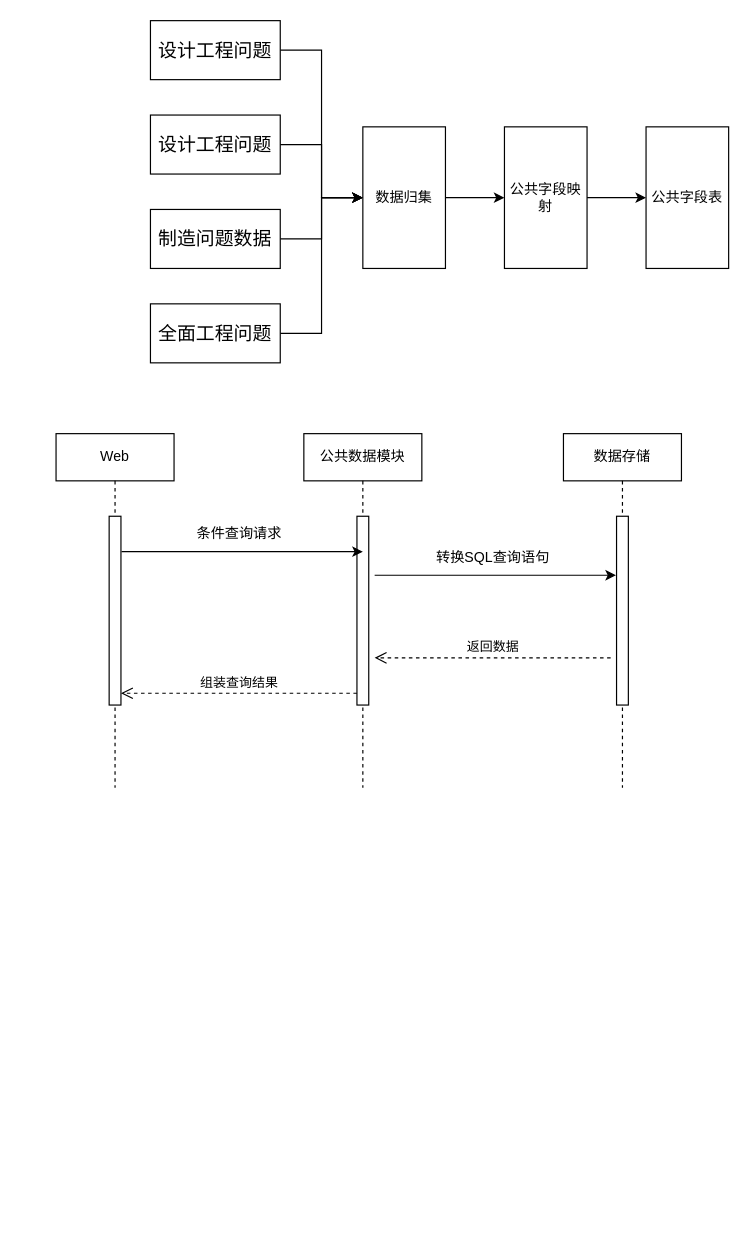
This is 数据检索与维修数据服/全量数据展示.drawio from DemonHan/KuickBuy, a draw.io file, before an edit. Source tidied: cells renumbered, new cells numbered last; positions are measured from the earlier drawing's top-left corner, leaving out a move shared by most shapes. Both pictures are drawn from the tidied source at 118%, with x=0, y=0 at pixel (55, 20).
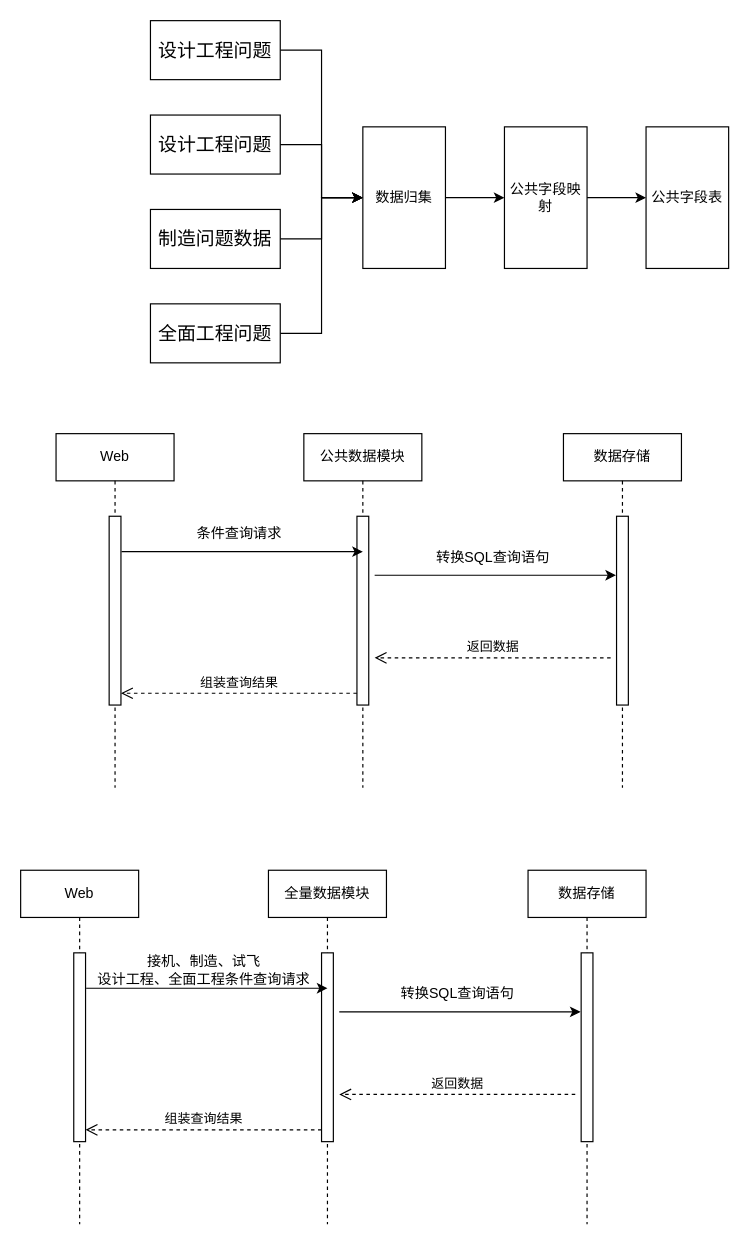
The same page after the edit.

Commit message (it also covers changes not shown here):
更新全量数据展示.drawio

The edit, as a diff of the source:
```diff
@@
+    <mxCell id="27" value="Web" style="shape=umlLifeline;perimeter=lifelinePerimeter;whiteSpace=wrap;html=1;newEdgeStyle={&quot;curved&quot;:0,&quot;rounded&quot;:0};" parent="1" vertex="1">
+      <mxGeometry x="-30" y="720" width="100" height="300" as="geometry" />
+    </mxCell>
+    <mxCell id="28" style="html=1;perimeter=orthogonalPerimeter;targetShapes=umlLifeline;newEdgeStyle={&quot;curved&quot;:0,&quot;rounded&quot;:0};" parent="27" vertex="1">
+      <mxGeometry x="45" y="70" width="10" height="160" as="geometry" />
+    </mxCell>
+    <mxCell id="29" value="全量数据模块" style="shape=umlLifeline;perimeter=lifelinePerimeter;whiteSpace=wrap;html=1;newEdgeStyle={&quot;curved&quot;:0,&quot;rounded&quot;:0};" parent="1" vertex="1">
+      <mxGeometry x="180" y="720" width="100" height="300" as="geometry" />
+    </mxCell>
+    <mxCell id="30" style="html=1;perimeter=orthogonalPerimeter;targetShapes=umlLifeline;newEdgeStyle={&quot;curved&quot;:0,&quot;rounded&quot;:0};" parent="29" vertex="1">
+      <mxGeometry x="45" y="70" width="10" height="160" as="geometry" />
+    </mxCell>
+    <mxCell id="31" value="数据存储" style="shape=umlLifeline;perimeter=lifelinePerimeter;whiteSpace=wrap;html=1;newEdgeStyle={&quot;curved&quot;:0,&quot;rounded&quot;:0};" parent="1" vertex="1">
+      <mxGeometry x="400" y="720" width="100" height="300" as="geometry" />
+    </mxCell>
+    <mxCell id="32" style="html=1;perimeter=orthogonalPerimeter;targetShapes=umlLifeline;newEdgeStyle={&quot;curved&quot;:0,&quot;rounded&quot;:0};" parent="31" vertex="1">
+      <mxGeometry x="45" y="70" width="10" height="160" as="geometry" />
+    </mxCell>
+    <mxCell id="33" style="edgeStyle=orthogonalEdgeStyle;rounded=0;orthogonalLoop=1;jettySize=auto;html=1;curved=0;" parent="1" edge="1">
+      <mxGeometry relative="1" as="geometry">
+        <mxPoint x="25.5" y="820" as="sourcePoint" />
+        <mxPoint x="230" y="820" as="targetPoint" />
+      </mxGeometry>
+    </mxCell>
+    <mxCell id="34" value="接机、制造、试飞&lt;br&gt;设计工程、全面工程条件查询请求" style="text;html=1;align=center;verticalAlign=middle;strokeColor=none;fillColor=none;" parent="1" vertex="1">
+      <mxGeometry x="25" y="785" width="200" height="40" as="geometry" />
+    </mxCell>
+    <mxCell id="35" style="edgeStyle=orthogonalEdgeStyle;rounded=0;orthogonalLoop=1;jettySize=auto;html=1;curved=0;" parent="1" edge="1">
+      <mxGeometry relative="1" as="geometry">
+        <mxPoint x="240" y="840" as="sourcePoint" />
+        <mxPoint x="444.5" y="840" as="targetPoint" />
+      </mxGeometry>
+    </mxCell>
+    <mxCell id="36" value="转换SQL查询语句" style="text;html=1;align=center;verticalAlign=middle;strokeColor=none;fillColor=none;" parent="1" vertex="1">
+      <mxGeometry x="280" y="810" width="120" height="30" as="geometry" />
+    </mxCell>
+    <mxCell id="37" value="返回数据" style="html=1;verticalAlign=bottom;endArrow=open;dashed=1;endSize=8;curved=0;rounded=0;" parent="1" edge="1">
+      <mxGeometry relative="1" as="geometry">
+        <mxPoint x="440" y="910" as="sourcePoint" />
+        <mxPoint x="240" y="910" as="targetPoint" />
+      </mxGeometry>
+    </mxCell>
+    <mxCell id="38" value="组装查询结果" style="html=1;verticalAlign=bottom;endArrow=open;dashed=1;endSize=8;curved=0;rounded=0;" parent="1" edge="1">
+      <mxGeometry relative="1" as="geometry">
+        <mxPoint x="225" y="940" as="sourcePoint" />
+        <mxPoint x="25" y="940" as="targetPoint" />
+      </mxGeometry>
+    </mxCell>
```
